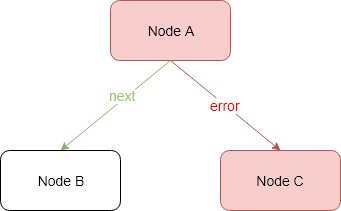
Above: handler/engine/assets/images/a_error_c_error.png in Knotx/knotx-fragments (draw.io), before the change. Source tidied: cells renumbered, new cells last; positions are measured from the earlier drawing's top-left corner, leaving out a move shared by most shapes. Source of this version:
```xml
<mxGraphModel>
  <root>
    <mxCell id="0" />
    <mxCell id="1" parent="0" />
    <mxCell id="2" value="&lt;font style=&quot;font-size: 14px&quot;&gt;Node A&lt;/font&gt;&lt;br&gt;" style="rounded=1;whiteSpace=wrap;html=1;fillColor=#f8cecc;strokeColor=#b85450;" parent="1" vertex="1">
      <mxGeometry x="110" width="120" height="60" as="geometry" />
    </mxCell>
    <mxCell id="3" value="&lt;font style=&quot;font-size: 14px&quot;&gt;Node B&lt;/font&gt;" style="rounded=1;whiteSpace=wrap;html=1;" parent="1" vertex="1">
      <mxGeometry y="150" width="120" height="60" as="geometry" />
    </mxCell>
    <mxCell id="4" value="&lt;font style=&quot;font-size: 14px&quot;&gt;Node C&lt;/font&gt;" style="rounded=1;whiteSpace=wrap;html=1;fillColor=#f8cecc;strokeColor=#b85450;" parent="1" vertex="1">
      <mxGeometry x="220" y="150" width="120" height="60" as="geometry" />
    </mxCell>
    <mxCell id="5" value="&lt;font style=&quot;font-size: 14px&quot; color=&quot;#ff0000&quot;&gt;error&lt;/font&gt;" style="endArrow=classic;html=1;exitX=0.5;exitY=1;exitDx=0;exitDy=0;entryX=0.5;entryY=0;entryDx=0;entryDy=0;fillColor=#f8cecc;strokeColor=#b85450;" parent="1" edge="1" source="2" target="4">
      <mxGeometry relative="1" as="geometry" />
    </mxCell>
    <mxCell id="6" style="endArrow=classic;html=1;exitX=0.5;exitY=1;exitDx=0;exitDy=0;entryX=0.5;entryY=0;entryDx=0;entryDy=0;fillColor=#d5e8d4;strokeColor=#82b366;" parent="1" edge="1" source="2" target="3">
      <mxGeometry relative="1" as="geometry" />
    </mxCell>
    <mxCell id="7" value="&lt;font style=&quot;font-size: 14px&quot; color=&quot;#97d077&quot;&gt;next&lt;/font&gt;" style="text;html=1;align=center;verticalAlign=middle;labelBackgroundColor=#ffffff;" parent="6" vertex="1">
      <mxGeometry x="-0.17" y="-4" relative="1" as="geometry" />
    </mxCell>
  </root>
</mxGraphModel>
```
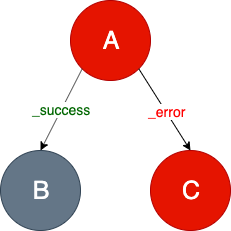
Above is the later version.

The edit, as a diff of the source:
```diff
@@ -2,23 +2,25 @@
   <root>
     <mxCell id="0" />
     <mxCell id="1" parent="0" />
-    <mxCell id="2" value="&lt;font style=&quot;font-size: 14px&quot;&gt;Node A&lt;/font&gt;&lt;br&gt;" style="rounded=1;whiteSpace=wrap;html=1;fillColor=#f8cecc;strokeColor=#b85450;" parent="1" vertex="1">
-      <mxGeometry x="110" width="120" height="60" as="geometry" />
+    <mxCell id="2" value="&lt;font style=&quot;font-size: 25px&quot;&gt;A&lt;/font&gt;" style="ellipse;whiteSpace=wrap;html=1;fillColor=#e51400;strokeColor=#B20000;fontColor=#ffffff;" parent="1" vertex="1">
+      <mxGeometry x="-835" y="-640" width="80" height="80" as="geometry" />
     </mxCell>
-    <mxCell id="3" value="&lt;font style=&quot;font-size: 14px&quot;&gt;Node B&lt;/font&gt;" style="rounded=1;whiteSpace=wrap;html=1;" parent="1" vertex="1">
-      <mxGeometry y="150" width="120" height="60" as="geometry" />
+    <mxCell id="3" value="&lt;font style=&quot;font-size: 25px&quot;&gt;B&lt;/font&gt;" style="ellipse;whiteSpace=wrap;html=1;fillColor=#647687;strokeColor=#314354;fontColor=#ffffff;" parent="1" vertex="1">
+      <mxGeometry x="-905" y="-490" width="80" height="80" as="geometry" />
     </mxCell>
-    <mxCell id="4" value="&lt;font style=&quot;font-size: 14px&quot;&gt;Node C&lt;/font&gt;" style="rounded=1;whiteSpace=wrap;html=1;fillColor=#f8cecc;strokeColor=#b85450;" parent="1" vertex="1">
-      <mxGeometry x="220" y="150" width="120" height="60" as="geometry" />
+    <mxCell id="4" value="&lt;font style=&quot;font-size: 25px&quot;&gt;C&lt;/font&gt;" style="ellipse;whiteSpace=wrap;html=1;fillColor=#e51400;strokeColor=#B20000;fontColor=#ffffff;" parent="1" vertex="1">
+      <mxGeometry x="-755" y="-490" width="80" height="80" as="geometry" />
     </mxCell>
-    <mxCell id="5" value="&lt;font style=&quot;font-size: 14px&quot; color=&quot;#ff0000&quot;&gt;error&lt;/font&gt;" style="endArrow=classic;html=1;exitX=0.5;exitY=1;exitDx=0;exitDy=0;entryX=0.5;entryY=0;entryDx=0;entryDy=0;fillColor=#f8cecc;strokeColor=#b85450;" parent="1" edge="1" source="2" target="4">
+    <mxCell id="5" value="&lt;font style=&quot;font-size: 14px&quot; color=&quot;#006600&quot;&gt;_success&lt;/font&gt;" style="endArrow=classic;html=1;exitX=0;exitY=1;exitDx=0;exitDy=0;entryX=0.5;entryY=0;entryDx=0;entryDy=0;" parent="1" edge="1" source="2" target="3">
       <mxGeometry relative="1" as="geometry" />
     </mxCell>
-    <mxCell id="6" style="endArrow=classic;html=1;exitX=0.5;exitY=1;exitDx=0;exitDy=0;entryX=0.5;entryY=0;entryDx=0;entryDy=0;fillColor=#d5e8d4;strokeColor=#82b366;" parent="1" edge="1" source="2" target="3">
+    <mxCell id="6" style="endArrow=classic;html=1;exitX=1;exitY=1;exitDx=0;exitDy=0;entryX=0.5;entryY=0;entryDx=0;entryDy=0;" parent="1" edge="1" source="2" target="4">
       <mxGeometry relative="1" as="geometry" />
     </mxCell>
-    <mxCell id="7" value="&lt;font style=&quot;font-size: 14px&quot; color=&quot;#97d077&quot;&gt;next&lt;/font&gt;" style="text;html=1;align=center;verticalAlign=middle;labelBackgroundColor=#ffffff;" parent="6" vertex="1">
-      <mxGeometry x="-0.17" y="-4" relative="1" as="geometry" />
+    <mxCell id="7" value="&lt;font style=&quot;font-size: 14px&quot; color=&quot;#ff0000&quot;&gt;_error&lt;/font&gt;" style="text;html=1;align=center;verticalAlign=middle;labelBackgroundColor=#ffffff;" parent="6" vertex="1">
+      <mxGeometry x="0.2" y="-3" relative="1" as="geometry">
+        <mxPoint x="-0.5" y="-8.5" as="offset" />
+      </mxGeometry>
     </mxCell>
   </root>
 </mxGraphModel>
```
